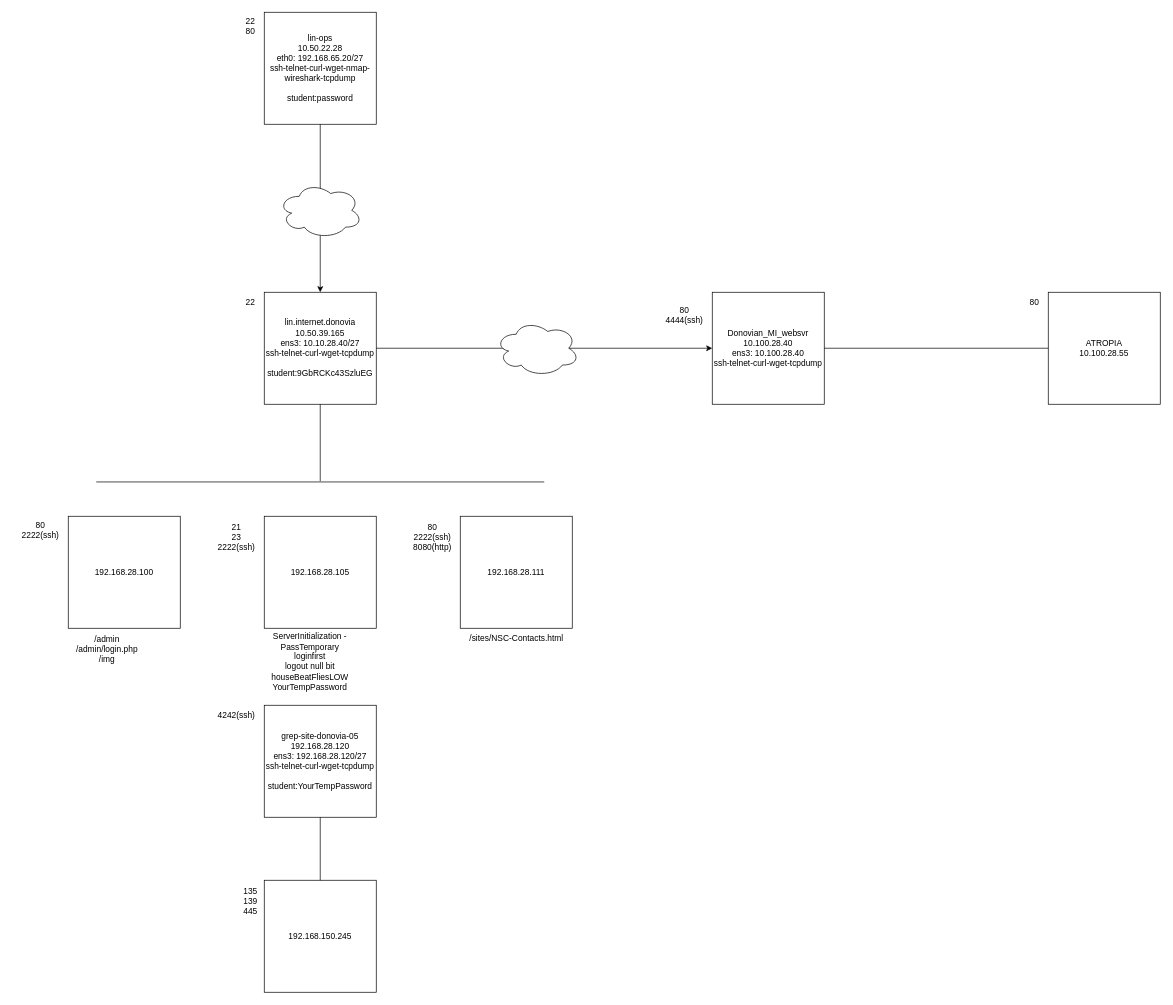
Earlier version of the draw.io diagram Security/Greenberg/Untitled Diagram.drawio (TheWaltuh/COSC-Notes). Source tidied: cells renumbered, new cells numbered last; positions are measured from the earlier drawing's top-left corner, leaving out a move shared by most shapes. Both pictures are drawn from the tidied source at 70%, with x=0, y=0 at pixel (12, 12).
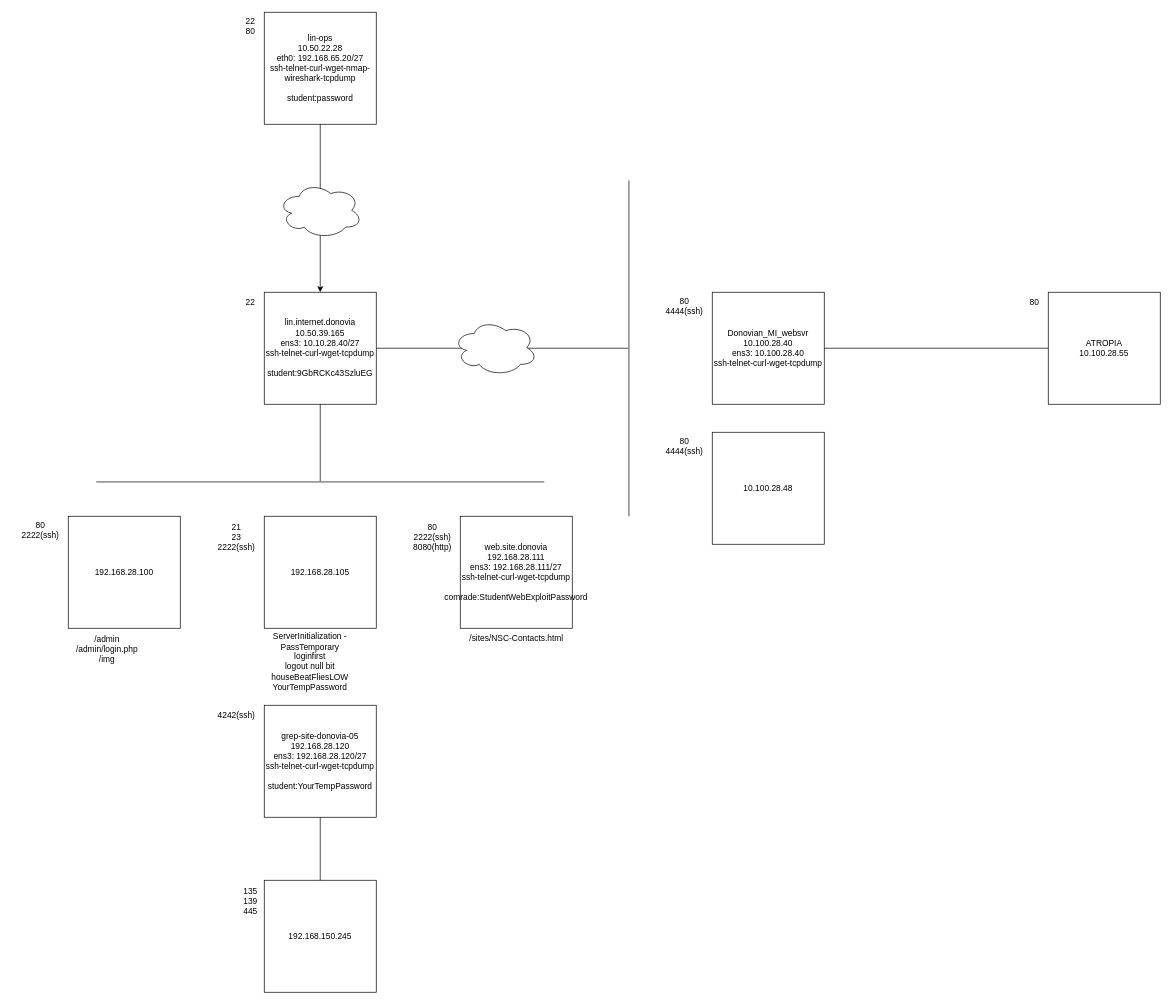
After the change.

The change refers to these unchanged cells:
```xml
<mxCell id="4" value="&lt;div&gt;lin.internet.donovia&lt;br&gt;&lt;/div&gt;&lt;div&gt;10.50.39.165&lt;/div&gt;&lt;div&gt;ens3: 10.10.28.40/27&lt;/div&gt;&lt;div&gt;ssh-telnet-curl-wget-tcpdump&lt;/div&gt;&lt;div&gt;&lt;br&gt;&lt;/div&gt;&lt;div&gt;student:9GbRCKc43SzluEG&lt;br&gt;&lt;/div&gt;" style="whiteSpace=wrap;html=1;" parent="1" vertex="1">
  <mxGeometry x="360" y="400" width="160" height="160" as="geometry" />
</mxCell>
<mxCell id="24" value="&lt;div&gt;Donovian_MI_websvr&lt;/div&gt;&lt;div&gt;10.100.28.40&lt;/div&gt;&lt;div&gt;ens3: 10.100.28.40&lt;br&gt;&lt;/div&gt;&lt;div&gt;ssh-telnet-curl-wget-tcpdump&lt;br&gt;&lt;/div&gt;" style="whiteSpace=wrap;html=1;" parent="1" vertex="1">
  <mxGeometry x="1000" y="400" width="160" height="160" as="geometry" />
</mxCell>
```

What changed in the source:
```diff
@@
-    <mxCell id="12" value="192.168.28.111" style="whiteSpace=wrap;html=1;" parent="1" vertex="1">
+    <mxCell id="12" value="&lt;div&gt;web.site.donovia&lt;br&gt;&lt;/div&gt;&lt;div&gt;192.168.28.111&lt;/div&gt;&lt;div&gt;ens3: 192.168.28.111/27&lt;/div&gt;&lt;div&gt;ssh-telnet-curl-wget-tcpdump&lt;/div&gt;&lt;div&gt;&lt;br&gt;&lt;/div&gt;&lt;div&gt;comrade:StudentWebExploitPassword&lt;/div&gt;" style="whiteSpace=wrap;html=1;" parent="1" vertex="1">
       <mxGeometry x="640" y="720" width="160" height="160" as="geometry" />
     </mxCell>
@@
-    <mxCell id="25" style="endArrow=classic;html=1;rounded=0;exitX=1;exitY=0.5;exitDx=0;exitDy=0;entryX=0;entryY=0.5;entryDx=0;entryDy=0;" parent="1" edge="1" source="4" target="24">
-      <mxGeometry relative="1" as="geometry" />
-    </mxCell>
-    <mxCell id="26" style="ellipse;shape=cloud;whiteSpace=wrap;html=1;" parent="1" vertex="1">
-      <mxGeometry x="690" y="440" width="120" height="80" as="geometry" />
-    </mxCell>
     <mxCell id="27" value="&lt;div&gt;80&lt;/div&gt;&lt;div&gt;4444(ssh)&lt;br&gt;&lt;/div&gt;" style="text;html=1;align=center;verticalAlign=middle;strokeColor=none;fillColor=none;" parent="1" vertex="1">
-      <mxGeometry x="920" y="413" width="80" height="40" as="geometry" />
+      <mxGeometry x="920" y="400" width="80" height="40" as="geometry" />
     </mxCell>
@@
+    <mxCell id="31" value="10.100.28.48" style="whiteSpace=wrap;html=1;" parent="1" vertex="1">
+      <mxGeometry x="1000" y="600" width="160" height="160" as="geometry" />
+    </mxCell>
+    <mxCell id="32" value="&lt;div&gt;80&lt;/div&gt;&lt;div&gt;4444(ssh)&lt;br&gt;&lt;/div&gt;" style="text;html=1;align=center;verticalAlign=middle;strokeColor=none;fillColor=none;" parent="1" vertex="1">
+      <mxGeometry x="920" y="600" width="80" height="40" as="geometry" />
+    </mxCell>
+    <mxCell id="33" style="endArrow=none;html=1;rounded=0;exitX=1;exitY=0.5;exitDx=0;exitDy=0;" parent="1" edge="1" source="4">
+      <mxGeometry relative="1" as="geometry">
+        <mxPoint x="880" y="480" as="targetPoint" />
+      </mxGeometry>
+    </mxCell>
+    <mxCell id="34" style="endArrow=none;html=1;rounded=0;" parent="1" edge="1">
+      <mxGeometry relative="1" as="geometry">
+        <mxPoint x="881" y="720" as="sourcePoint" />
+        <mxPoint x="881" y="240" as="targetPoint" />
+      </mxGeometry>
+    </mxCell>
+    <mxCell id="35" style="ellipse;shape=cloud;whiteSpace=wrap;html=1;" parent="1" vertex="1">
+      <mxGeometry x="630" y="439" width="120" height="80" as="geometry" />
+    </mxCell>
```
